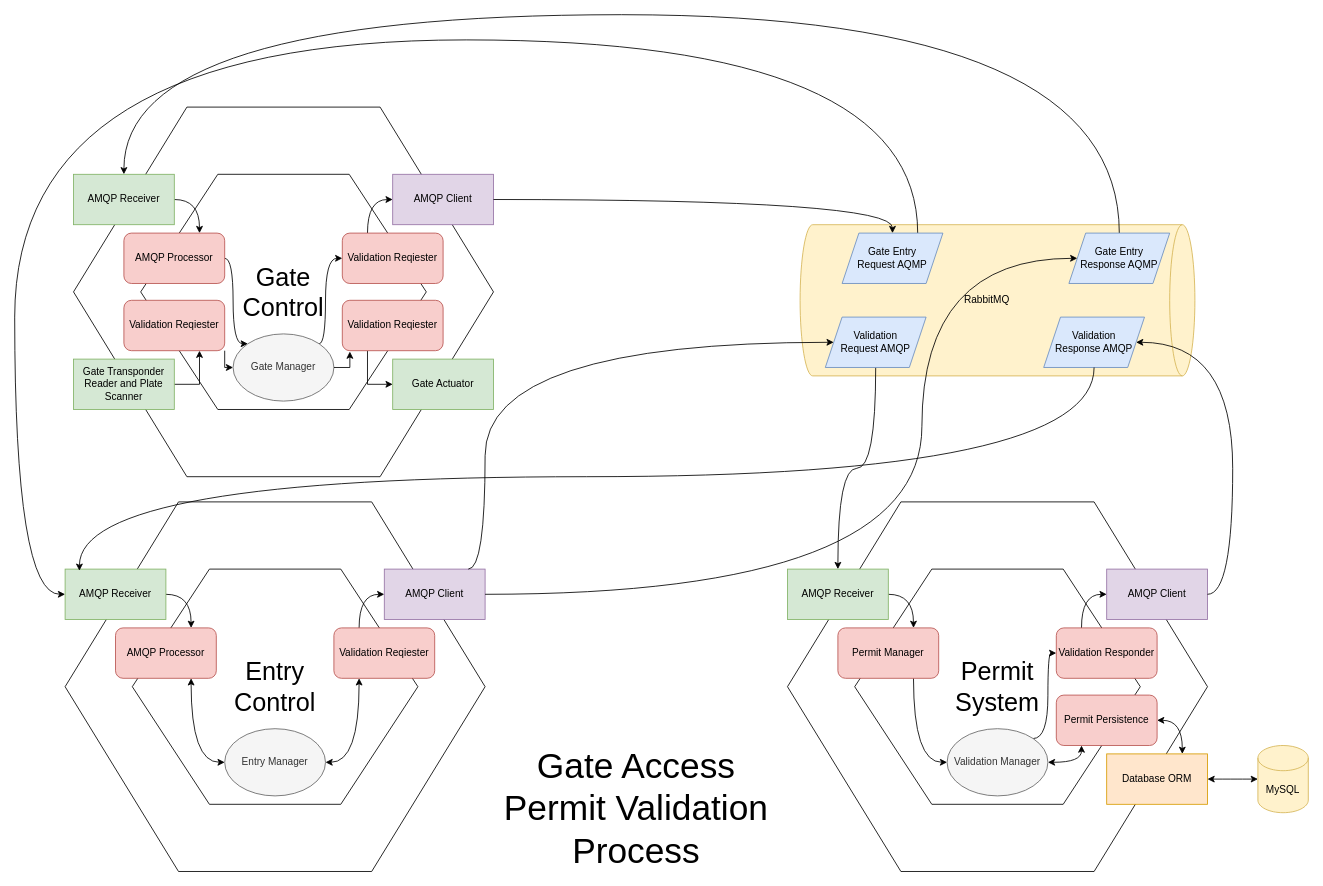
The draw.io diagram MVPHex.drawio in harwoodr/drawio, before the edit. Source tidied: cells renumbered, new cells numbered last; positions are measured from the earlier drawing's top-left corner, leaving out a move shared by most shapes. Both pictures are drawn from the tidied source at 84%, with x=0, y=0 at pixel (14, 14).
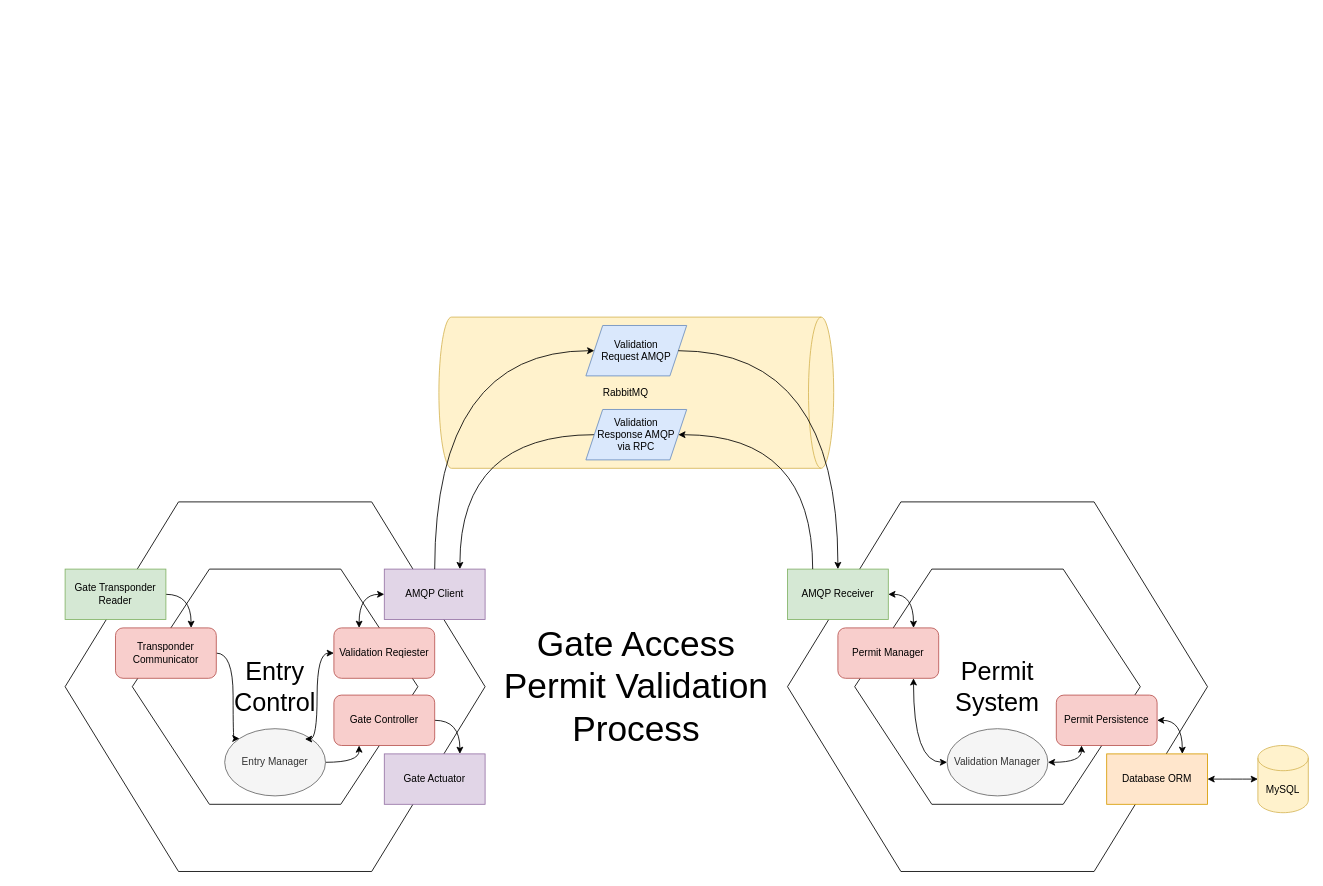
The same diagram, later.

The change refers to these unchanged cells:
```xml
<mxCell id="3" style="group;" parent="1" vertex="1">
  <mxGeometry x="920" y="580" width="500" height="440" as="geometry" />
</mxCell>
<mxCell id="4" style="group;" parent="3" vertex="1">
  <mxGeometry width="500" height="440" as="geometry" />
</mxCell>
<mxCell id="9" value="Permit Manager" style="rounded=1;whiteSpace=wrap;html=1;fillColor=#f8cecc;strokeColor=#b85450;" parent="4" vertex="1">
  <mxGeometry x="60" y="150" width="120" height="60" as="geometry" />
</mxCell>
<mxCell id="13" value="Validation Manager" style="ellipse;whiteSpace=wrap;html=1;fillColor=#f5f5f5;fontColor=#333333;strokeColor=#666666;" parent="4" vertex="1">
  <mxGeometry x="190" y="270" width="120" height="80" as="geometry" />
</mxCell>
<mxCell id="19" value="AMQP Receiver" style="rounded=0;whiteSpace=wrap;html=1;fillColor=#d5e8d4;strokeColor=#82b366;" parent="3" vertex="1">
  <mxGeometry y="80" width="120" height="60" as="geometry" />
</mxCell>
<mxCell id="27" style="group;" parent="1" vertex="1">
  <mxGeometry x="60" y="580" width="500" height="440" as="geometry" />
</mxCell>
<mxCell id="28" style="group;" parent="27" vertex="1">
  <mxGeometry width="500" height="440" as="geometry" />
</mxCell>
<mxCell id="34" value="Validation Reqiester" style="rounded=1;whiteSpace=wrap;html=1;fillColor=#f8cecc;strokeColor=#b85450;" parent="28" vertex="1">
  <mxGeometry x="320" y="150" width="120" height="60" as="geometry" />
</mxCell>
<mxCell id="36" value="Entry Manager" style="ellipse;whiteSpace=wrap;html=1;fillColor=#f5f5f5;fontColor=#333333;strokeColor=#666666;" parent="28" vertex="1">
  <mxGeometry x="190" y="270" width="120" height="80" as="geometry" />
</mxCell>
<mxCell id="38" value="AMQP Client" style="rounded=0;whiteSpace=wrap;html=1;fillColor=#e1d5e7;strokeColor=#9673a6;" parent="28" vertex="1">
  <mxGeometry x="380" y="80" width="120" height="60" as="geometry" />
</mxCell>
```

Diff of the diagram source:
```diff
@@
     <mxCell id="2" value="RabbitMQ" style="shape=cylinder3;whiteSpace=wrap;html=1;boundedLbl=1;backgroundOutline=1;size=15;direction=south;fillColor=#fff2cc;strokeColor=#d6b656;" parent="1" vertex="1">
-      <mxGeometry x="935" y="250" width="470" height="180" as="geometry" />
+      <mxGeometry x="505" y="360" width="470" height="180" as="geometry" />
     </mxCell>
@@
-    <mxCell id="8" style="edgeStyle=orthogonalEdgeStyle;rounded=0;jettySize=auto;html=1;exitX=0.75;exitY=1;exitDx=0;exitDy=0;entryX=0;entryY=0.5;entryDx=0;entryDy=0;startArrow=none;startFill=0;curved=1;" parent="4" edge="1" source="9" target="13">
+    <mxCell id="8" style="edgeStyle=orthogonalEdgeStyle;rounded=0;jettySize=auto;html=1;exitX=0.75;exitY=1;exitDx=0;exitDy=0;entryX=0;entryY=0.5;entryDx=0;entryDy=0;startArrow=classic;startFill=1;curved=1;" parent="4" edge="1" source="9" target="13">
       <mxGeometry relative="1" as="geometry" />
     </mxCell>
@@
-    <mxCell id="12" style="edgeStyle=orthogonalEdgeStyle;rounded=0;jettySize=auto;html=1;exitX=1;exitY=0;exitDx=0;exitDy=0;entryX=0;entryY=0.5;entryDx=0;entryDy=0;curved=1;" parent="4" edge="1" source="13" target="16">
-      <mxGeometry relative="1" as="geometry">
-        <Array as="points">
-          <mxPoint x="310" y="282" />
-          <mxPoint x="310" y="180" />
-        </Array>
-      </mxGeometry>
-    </mxCell>
@@
-    <mxCell id="14" value="AMQP Client" style="rounded=0;whiteSpace=wrap;html=1;fillColor=#e1d5e7;strokeColor=#9673a6;" parent="4" vertex="1">
-      <mxGeometry x="380" y="80" width="120" height="60" as="geometry" />
-    </mxCell>
-    <mxCell id="15" style="edgeStyle=orthogonalEdgeStyle;rounded=0;jettySize=auto;html=1;exitX=0.25;exitY=0;exitDx=0;exitDy=0;entryX=0;entryY=0.5;entryDx=0;entryDy=0;curved=1;" parent="4" edge="1" source="16" target="14">
-      <mxGeometry relative="1" as="geometry" />
-    </mxCell>
-    <mxCell id="16" value="Validation Responder" style="rounded=1;whiteSpace=wrap;html=1;fillColor=#f8cecc;strokeColor=#b85450;" parent="4" vertex="1">
-      <mxGeometry x="320" y="150" width="120" height="60" as="geometry" />
-    </mxCell>
@@
-    <mxCell id="18" style="edgeStyle=orthogonalEdgeStyle;rounded=0;jettySize=auto;html=1;exitX=1;exitY=0.5;exitDx=0;exitDy=0;entryX=0.75;entryY=0;entryDx=0;entryDy=0;startArrow=none;startFill=0;curved=1;" parent="3" edge="1" source="19" target="9">
+    <mxCell id="18" style="edgeStyle=orthogonalEdgeStyle;rounded=0;jettySize=auto;html=1;exitX=1;exitY=0.5;exitDx=0;exitDy=0;entryX=0.75;entryY=0;entryDx=0;entryDy=0;startArrow=classic;startFill=1;curved=1;" parent="3" edge="1" source="19" target="9">
       <mxGeometry relative="1" as="geometry" />
     </mxCell>
@@
-    <mxCell id="23" style="edgeStyle=orthogonalEdgeStyle;rounded=0;jettySize=auto;html=1;exitX=0.5;exitY=1;exitDx=0;exitDy=0;entryX=0.5;entryY=0;entryDx=0;entryDy=0;curved=1;" parent="1" edge="1" source="24" target="19">
-      <mxGeometry relative="1" as="geometry" />
-    </mxCell>
     <mxCell id="24" value="Validation &lt;br&gt;Request AMQP" style="shape=parallelogram;perimeter=parallelogramPerimeter;whiteSpace=wrap;html=1;fixedSize=1;fillColor=#dae8fc;strokeColor=#6c8ebf;" parent="1" vertex="1">
-      <mxGeometry x="965" y="360" width="120" height="60" as="geometry" />
+      <mxGeometry x="680" y="370" width="120" height="60" as="geometry" />
     </mxCell>
+    <mxCell id="72" style="edgeStyle=orthogonalEdgeStyle;rounded=0;jettySize=auto;html=1;exitX=0;exitY=0.5;exitDx=0;exitDy=0;entryX=0.75;entryY=0;entryDx=0;entryDy=0;curved=1;" parent="1" edge="1" source="25" target="38">
+      <mxGeometry relative="1" as="geometry" />
+    </mxCell>
-    <mxCell id="25" value="Validation&lt;br&gt; Response AMQP" style="shape=parallelogram;perimeter=parallelogramPerimeter;whiteSpace=wrap;html=1;fixedSize=1;fillColor=#dae8fc;strokeColor=#6c8ebf;" parent="1" vertex="1">
-      <mxGeometry x="1225" y="360" width="120" height="60" as="geometry" />
+    <mxCell id="25" value="Validation&lt;br&gt; Response AMQP&lt;br&gt;via RPC" style="shape=parallelogram;perimeter=parallelogramPerimeter;whiteSpace=wrap;html=1;fixedSize=1;fillColor=#dae8fc;strokeColor=#6c8ebf;" parent="1" vertex="1">
+      <mxGeometry x="680" y="470" width="120" height="60" as="geometry" />
     </mxCell>
     <mxCell id="26" value="&lt;font style=&quot;font-size: 42px;&quot;&gt;Gate Access Permit Validation Process&lt;/font&gt;" style="text;html=1;align=center;verticalAlign=middle;whiteSpace=wrap;rounded=0;" parent="1" vertex="1">
-      <mxGeometry x="560" y="890" width="360" height="110" as="geometry" />
+      <mxGeometry x="560" y="745" width="360" height="110" as="geometry" />
     </mxCell>
@@
-    <mxCell id="31" style="edgeStyle=orthogonalEdgeStyle;rounded=0;jettySize=auto;html=1;exitX=0.75;exitY=1;exitDx=0;exitDy=0;entryX=0;entryY=0.5;entryDx=0;entryDy=0;startArrow=classic;startFill=1;curved=1;" parent="28" edge="1" source="32" target="36">
-      <mxGeometry relative="1" as="geometry" />
-    </mxCell>
-    <mxCell id="32" value="AMQP Processor" style="rounded=1;whiteSpace=wrap;html=1;fillColor=#f8cecc;strokeColor=#b85450;" parent="28" vertex="1">
-      <mxGeometry x="60" y="150" width="120" height="60" as="geometry" />
-    </mxCell>
-    <mxCell id="33" style="edgeStyle=orthogonalEdgeStyle;rounded=0;jettySize=auto;html=1;exitX=0.25;exitY=0;exitDx=0;exitDy=0;entryX=0;entryY=0.5;entryDx=0;entryDy=0;curved=1;" parent="28" edge="1" source="34" target="38">
+    <mxCell id="33" style="edgeStyle=orthogonalEdgeStyle;rounded=0;jettySize=auto;html=1;exitX=0.25;exitY=0;exitDx=0;exitDy=0;entryX=0;entryY=0.5;entryDx=0;entryDy=0;curved=1;startArrow=classic;startFill=1;" parent="28" edge="1" source="34" target="38">
       <mxGeometry relative="1" as="geometry" />
     </mxCell>
@@
-    <mxCell id="35" style="edgeStyle=orthogonalEdgeStyle;rounded=0;jettySize=auto;html=1;exitX=1;exitY=0.5;exitDx=0;exitDy=0;entryX=0.25;entryY=1;entryDx=0;entryDy=0;startArrow=classic;startFill=1;curved=1;" parent="28" edge="1" source="36" target="34">
-      <mxGeometry relative="1" as="geometry" />
-    </mxCell>
+    <mxCell id="73" style="edgeStyle=orthogonalEdgeStyle;rounded=0;jettySize=auto;html=1;exitX=1;exitY=0.5;exitDx=0;exitDy=0;entryX=0.25;entryY=1;entryDx=0;entryDy=0;curved=1;" parent="28" edge="1" source="36" target="80">
+      <mxGeometry relative="1" as="geometry" />
+    </mxCell>
@@
-    <mxCell id="39" style="edgeStyle=orthogonalEdgeStyle;rounded=0;jettySize=auto;html=1;exitX=1;exitY=0.5;exitDx=0;exitDy=0;entryX=0.75;entryY=0;entryDx=0;entryDy=0;startArrow=none;startFill=0;curved=1;" parent="27" edge="1" source="40" target="32">
-      <mxGeometry relative="1" as="geometry" />
-    </mxCell>
-    <mxCell id="40" value="AMQP Receiver" style="rounded=0;whiteSpace=wrap;html=1;fillColor=#d5e8d4;strokeColor=#82b366;" parent="27" vertex="1">
-      <mxGeometry y="80" width="120" height="60" as="geometry" />
-    </mxCell>
-    <mxCell id="41" style="edgeStyle=orthogonalEdgeStyle;rounded=0;jettySize=auto;html=1;exitX=0.75;exitY=0;exitDx=0;exitDy=0;entryX=0;entryY=0.5;entryDx=0;entryDy=0;curved=1;" parent="1" edge="1" source="42" target="40">
-      <mxGeometry relative="1" as="geometry">
-        <Array as="points">
-          <mxPoint x="1075" y="30" />
-          <mxPoint y="30" />
-          <mxPoint y="690" />
-        </Array>
-      </mxGeometry>
-    </mxCell>
-    <mxCell id="42" value="Gate Entry &lt;br&gt;Request AQMP" style="shape=parallelogram;perimeter=parallelogramPerimeter;whiteSpace=wrap;html=1;fixedSize=1;fillColor=#dae8fc;strokeColor=#6c8ebf;" parent="1" vertex="1">
-      <mxGeometry x="985" y="260" width="120" height="60" as="geometry" />
-    </mxCell>
-    <mxCell id="43" style="edgeStyle=orthogonalEdgeStyle;rounded=0;jettySize=auto;html=1;exitX=0.5;exitY=0;exitDx=0;exitDy=0;entryX=0.5;entryY=0;entryDx=0;entryDy=0;curved=1;" parent="1" edge="1" source="44" target="66">
-      <mxGeometry relative="1" as="geometry">
-        <Array as="points">
-          <mxPoint x="1315" />
-          <mxPoint x="130" />
-        </Array>
-      </mxGeometry>
-    </mxCell>
-    <mxCell id="44" value="Gate Entry &lt;br&gt;Response AQMP" style="shape=parallelogram;perimeter=parallelogramPerimeter;whiteSpace=wrap;html=1;fixedSize=1;fillColor=#dae8fc;strokeColor=#6c8ebf;" parent="1" vertex="1">
-      <mxGeometry x="1255" y="260" width="120" height="60" as="geometry" />
-    </mxCell>
-    <mxCell id="45" style="group;" parent="1" vertex="1">
-      <mxGeometry x="70" y="110" width="500" height="440" as="geometry" />
-    </mxCell>
-    <mxCell id="46" style="group;" parent="45" vertex="1">
-      <mxGeometry width="500" height="440" as="geometry" />
-    </mxCell>
-    <mxCell id="47" style="verticalLabelPosition=bottom;verticalAlign=top;html=1;shape=hexagon;perimeter=hexagonPerimeter2;arcSize=6;size=0.27;fillColor=none;" parent="46" vertex="1">
-      <mxGeometry width="500" height="440" as="geometry" />
-    </mxCell>
-    <mxCell id="48" style="verticalLabelPosition=bottom;verticalAlign=top;html=1;shape=hexagon;perimeter=hexagonPerimeter2;arcSize=6;size=0.27;fillColor=none;" parent="46" vertex="1">
-      <mxGeometry x="80" y="80" width="340" height="280" as="geometry" />
-    </mxCell>
-    <mxCell id="49" style="edgeStyle=orthogonalEdgeStyle;rounded=0;jettySize=auto;html=1;exitX=1;exitY=0.5;exitDx=0;exitDy=0;entryX=0;entryY=0;entryDx=0;entryDy=0;startArrow=none;startFill=0;curved=1;" parent="46" edge="1" source="50" target="54">
-      <mxGeometry relative="1" as="geometry">
-        <Array as="points">
-          <mxPoint x="190" y="180" />
-          <mxPoint x="190" y="282" />
-        </Array>
-      </mxGeometry>
-    </mxCell>
-    <mxCell id="50" value="AMQP Processor" style="rounded=1;whiteSpace=wrap;html=1;fillColor=#f8cecc;strokeColor=#b85450;" parent="46" vertex="1">
-      <mxGeometry x="60" y="150" width="120" height="60" as="geometry" />
-    </mxCell>
-    <mxCell id="51" style="edgeStyle=orthogonalEdgeStyle;rounded=0;jettySize=auto;html=1;exitX=0.25;exitY=0;exitDx=0;exitDy=0;entryX=0;entryY=0.5;entryDx=0;entryDy=0;curved=1;" parent="46" edge="1" source="52" target="56">
-      <mxGeometry relative="1" as="geometry" />
-    </mxCell>
-    <mxCell id="52" value="Validation Reqiester" style="rounded=1;whiteSpace=wrap;html=1;fillColor=#f8cecc;strokeColor=#b85450;" parent="46" vertex="1">
-      <mxGeometry x="320" y="150" width="120" height="60" as="geometry" />
-    </mxCell>
-    <mxCell id="53" style="edgeStyle=orthogonalEdgeStyle;rounded=0;jettySize=auto;html=1;exitX=1;exitY=0;exitDx=0;exitDy=0;entryX=0;entryY=0.5;entryDx=0;entryDy=0;curved=1;" parent="46" edge="1" source="54" target="52">
-      <mxGeometry relative="1" as="geometry">
-        <Array as="points">
-          <mxPoint x="300" y="282" />
-          <mxPoint x="300" y="180" />
-        </Array>
-      </mxGeometry>
-    </mxCell>
-    <mxCell id="54" value="Gate Manager" style="ellipse;whiteSpace=wrap;html=1;fillColor=#f5f5f5;fontColor=#333333;strokeColor=#666666;" parent="46" vertex="1">
-      <mxGeometry x="190" y="270" width="120" height="80" as="geometry" />
-    </mxCell>
-    <mxCell id="55" value="&lt;font style=&quot;font-size: 30px;&quot;&gt;Gate Control&lt;/font&gt;" style="text;html=1;align=center;verticalAlign=middle;whiteSpace=wrap;rounded=0;" parent="46" vertex="1">
-      <mxGeometry x="220" y="205" width="60" height="30" as="geometry" />
-    </mxCell>
-    <mxCell id="56" value="AMQP Client" style="rounded=0;whiteSpace=wrap;html=1;fillColor=#e1d5e7;strokeColor=#9673a6;" parent="46" vertex="1">
-      <mxGeometry x="380" y="80" width="120" height="60" as="geometry" />
-    </mxCell>
-    <mxCell id="57" style="edgeStyle=orthogonalEdgeStyle;rounded=0;jettySize=auto;html=1;exitX=0.25;exitY=1;exitDx=0;exitDy=0;entryX=0;entryY=0.5;entryDx=0;entryDy=0;" parent="46" edge="1" source="58" target="59">
-      <mxGeometry relative="1" as="geometry" />
-    </mxCell>
-    <mxCell id="58" value="Validation Reqiester" style="rounded=1;whiteSpace=wrap;html=1;fillColor=#f8cecc;strokeColor=#b85450;" parent="46" vertex="1">
-      <mxGeometry x="320" y="230" width="120" height="60" as="geometry" />
-    </mxCell>
+    <mxCell id="74" style="edgeStyle=orthogonalEdgeStyle;rounded=0;jettySize=auto;html=1;exitX=1;exitY=0.5;exitDx=0;exitDy=0;entryX=0.75;entryY=0;entryDx=0;entryDy=0;curved=1;" parent="28" edge="1" source="75" target="77">
+      <mxGeometry relative="1" as="geometry" />
+    </mxCell>
+    <mxCell id="75" value="Gate Transponder Reader" style="rounded=0;whiteSpace=wrap;html=1;fillColor=#d5e8d4;strokeColor=#82b366;" parent="28" vertex="1">
+      <mxGeometry y="80" width="120" height="60" as="geometry" />
+    </mxCell>
-    <mxCell id="59" value="Gate Actuator" style="rounded=0;whiteSpace=wrap;html=1;fillColor=#d5e8d4;strokeColor=#82b366;" parent="46" vertex="1">
+    <mxCell id="59" value="Gate Actuator" style="rounded=0;whiteSpace=wrap;html=1;fillColor=#e1d5e7;strokeColor=#9673a6;" parent="28" vertex="1">
       <mxGeometry x="380" y="300" width="120" height="60" as="geometry" />
     </mxCell>
-    <mxCell id="60" style="edgeStyle=orthogonalEdgeStyle;rounded=0;jettySize=auto;html=1;exitX=1;exitY=1;exitDx=0;exitDy=0;" parent="46" edge="1" source="61" target="54">
-      <mxGeometry relative="1" as="geometry" />
-    </mxCell>
-    <mxCell id="61" value="Validation Reqiester" style="rounded=1;whiteSpace=wrap;html=1;fillColor=#f8cecc;strokeColor=#b85450;" parent="46" vertex="1">
-      <mxGeometry x="60" y="230" width="120" height="60" as="geometry" />
-    </mxCell>
-    <mxCell id="62" style="edgeStyle=orthogonalEdgeStyle;rounded=0;jettySize=auto;html=1;exitX=1;exitY=0.5;exitDx=0;exitDy=0;entryX=0.75;entryY=1;entryDx=0;entryDy=0;" parent="46" edge="1" source="63" target="61">
-      <mxGeometry relative="1" as="geometry" />
-    </mxCell>
-    <mxCell id="63" value="Gate Transponder Reader and Plate Scanner" style="rounded=0;whiteSpace=wrap;html=1;fillColor=#d5e8d4;strokeColor=#82b366;" parent="46" vertex="1">
-      <mxGeometry y="300" width="120" height="60" as="geometry" />
-    </mxCell>
-    <mxCell id="64" style="edgeStyle=orthogonalEdgeStyle;rounded=0;jettySize=auto;html=1;exitX=1;exitY=0.5;exitDx=0;exitDy=0;entryX=0.075;entryY=1.017;entryDx=0;entryDy=0;entryPerimeter=0;" parent="46" edge="1" source="54" target="58">
-      <mxGeometry relative="1" as="geometry" />
-    </mxCell>
-    <mxCell id="65" style="edgeStyle=orthogonalEdgeStyle;rounded=0;jettySize=auto;html=1;exitX=1;exitY=0.5;exitDx=0;exitDy=0;entryX=0.75;entryY=0;entryDx=0;entryDy=0;startArrow=none;startFill=0;curved=1;" parent="45" edge="1" source="66" target="50">
-      <mxGeometry relative="1" as="geometry" />
-    </mxCell>
-    <mxCell id="66" value="AMQP Receiver" style="rounded=0;whiteSpace=wrap;html=1;fillColor=#d5e8d4;strokeColor=#82b366;" parent="45" vertex="1">
-      <mxGeometry y="80" width="120" height="60" as="geometry" />
-    </mxCell>
-    <mxCell id="67" style="edgeStyle=orthogonalEdgeStyle;rounded=0;jettySize=auto;html=1;exitX=1;exitY=0.5;exitDx=0;exitDy=0;entryX=0.5;entryY=0;entryDx=0;entryDy=0;curved=1;" parent="1" edge="1" source="56" target="42">
-      <mxGeometry relative="1" as="geometry" />
-    </mxCell>
-    <mxCell id="68" style="edgeStyle=orthogonalEdgeStyle;rounded=0;jettySize=auto;html=1;exitX=1;exitY=0.5;exitDx=0;exitDy=0;entryX=1;entryY=0.5;entryDx=0;entryDy=0;curved=1;" parent="1" edge="1" source="14" target="25">
-      <mxGeometry relative="1" as="geometry">
-        <Array as="points">
-          <mxPoint x="1450" y="690" />
-          <mxPoint x="1450" y="390" />
-        </Array>
-      </mxGeometry>
-    </mxCell>
-    <mxCell id="69" style="edgeStyle=orthogonalEdgeStyle;rounded=0;jettySize=auto;html=1;entryX=0;entryY=0.5;entryDx=0;entryDy=0;curved=1;" parent="1" edge="1" target="24">
-      <mxGeometry relative="1" as="geometry">
-        <mxPoint x="540" y="660" as="sourcePoint" />
-        <Array as="points">
-          <mxPoint x="560" y="390" />
-        </Array>
-      </mxGeometry>
-    </mxCell>
-    <mxCell id="70" style="edgeStyle=orthogonalEdgeStyle;rounded=0;jettySize=auto;html=1;exitX=0.5;exitY=1;exitDx=0;exitDy=0;entryX=0.142;entryY=0.033;entryDx=0;entryDy=0;entryPerimeter=0;curved=1;" parent="1" edge="1" source="25" target="40">
-      <mxGeometry relative="1" as="geometry">
-        <Array as="points">
-          <mxPoint x="1285" y="550" />
-          <mxPoint x="77" y="550" />
-        </Array>
-      </mxGeometry>
-    </mxCell>
-    <mxCell id="71" style="edgeStyle=orthogonalEdgeStyle;rounded=0;jettySize=auto;html=1;exitX=1;exitY=0.5;exitDx=0;exitDy=0;entryX=0;entryY=0.5;entryDx=0;entryDy=0;curved=1;" parent="1" edge="1" source="38" target="44">
-      <mxGeometry relative="1" as="geometry">
-        <Array as="points">
-          <mxPoint x="1080" y="690" />
-          <mxPoint x="1080" y="290" />
-        </Array>
-      </mxGeometry>
-    </mxCell>
+    <mxCell id="76" style="edgeStyle=orthogonalEdgeStyle;rounded=0;jettySize=auto;html=1;exitX=1;exitY=0.5;exitDx=0;exitDy=0;entryX=0;entryY=0;entryDx=0;entryDy=0;curved=1;" parent="28" edge="1" source="77" target="36">
+      <mxGeometry relative="1" as="geometry">
+        <Array as="points">
+          <mxPoint x="200" y="180" />
+          <mxPoint x="200" y="282" />
+        </Array>
+      </mxGeometry>
+    </mxCell>
+    <mxCell id="77" value="Transponder Communicator" style="rounded=1;whiteSpace=wrap;html=1;fillColor=#f8cecc;strokeColor=#b85450;" parent="28" vertex="1">
+      <mxGeometry x="60" y="150" width="120" height="60" as="geometry" />
+    </mxCell>
+    <mxCell id="78" style="edgeStyle=orthogonalEdgeStyle;rounded=0;jettySize=auto;html=1;exitX=0;exitY=0.5;exitDx=0;exitDy=0;entryX=0.796;entryY=0.154;entryDx=0;entryDy=0;entryPerimeter=0;curved=1;startArrow=classic;startFill=1;" parent="28" edge="1" source="34" target="36">
+      <mxGeometry relative="1" as="geometry">
+        <Array as="points">
+          <mxPoint x="300" y="180" />
+          <mxPoint x="300" y="282" />
+        </Array>
+      </mxGeometry>
+    </mxCell>
+    <mxCell id="79" style="edgeStyle=orthogonalEdgeStyle;rounded=0;jettySize=auto;html=1;exitX=1;exitY=0.5;exitDx=0;exitDy=0;entryX=0.75;entryY=0;entryDx=0;entryDy=0;curved=1;" parent="28" edge="1" source="80" target="59">
+      <mxGeometry relative="1" as="geometry" />
+    </mxCell>
+    <mxCell id="80" value="Gate Controller" style="rounded=1;whiteSpace=wrap;html=1;fillColor=#f8cecc;strokeColor=#b85450;" parent="28" vertex="1">
+      <mxGeometry x="320" y="230" width="120" height="60" as="geometry" />
+    </mxCell>
+    <mxCell id="81" style="edgeStyle=orthogonalEdgeStyle;rounded=0;jettySize=auto;html=1;exitX=0.5;exitY=0;exitDx=0;exitDy=0;entryX=0;entryY=0.5;entryDx=0;entryDy=0;curved=1;" parent="1" edge="1" source="38" target="24">
+      <mxGeometry relative="1" as="geometry">
+        <Array as="points">
+          <mxPoint x="500" y="400" />
+        </Array>
+      </mxGeometry>
+    </mxCell>
+    <mxCell id="82" style="edgeStyle=orthogonalEdgeStyle;rounded=0;jettySize=auto;html=1;exitX=0.25;exitY=0;exitDx=0;exitDy=0;entryX=1;entryY=0.5;entryDx=0;entryDy=0;curved=1;" parent="1" edge="1" source="19" target="25">
+      <mxGeometry relative="1" as="geometry">
+        <Array as="points">
+          <mxPoint x="950" y="500" />
+        </Array>
+      </mxGeometry>
+    </mxCell>
+    <mxCell id="23" style="edgeStyle=orthogonalEdgeStyle;rounded=0;jettySize=auto;html=1;exitX=1;exitY=0.5;exitDx=0;exitDy=0;entryX=0.5;entryY=0;entryDx=0;entryDy=0;curved=1;" parent="1" edge="1" source="24" target="19">
+      <mxGeometry relative="1" as="geometry" />
+    </mxCell>
```
